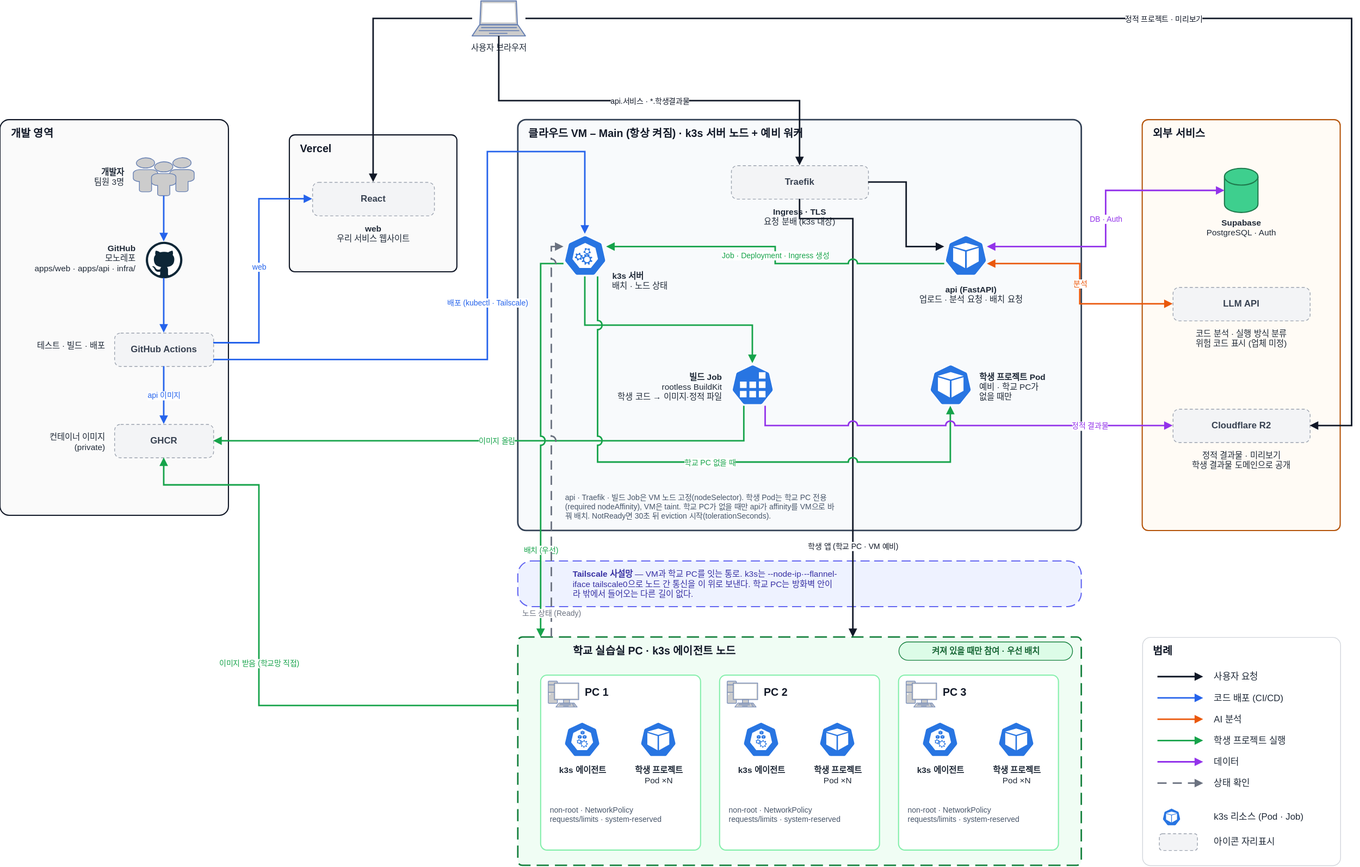
woowangthon/WOOWANGTHON_TEAM_18 keeps this draw.io diagram as docs/system-architecture.drawio.svg. Above is the earlier version. Source tidied: cells renumbered, new cells last; positions are measured from the earlier drawing's top-left corner, leaving out a move shared by most shapes.
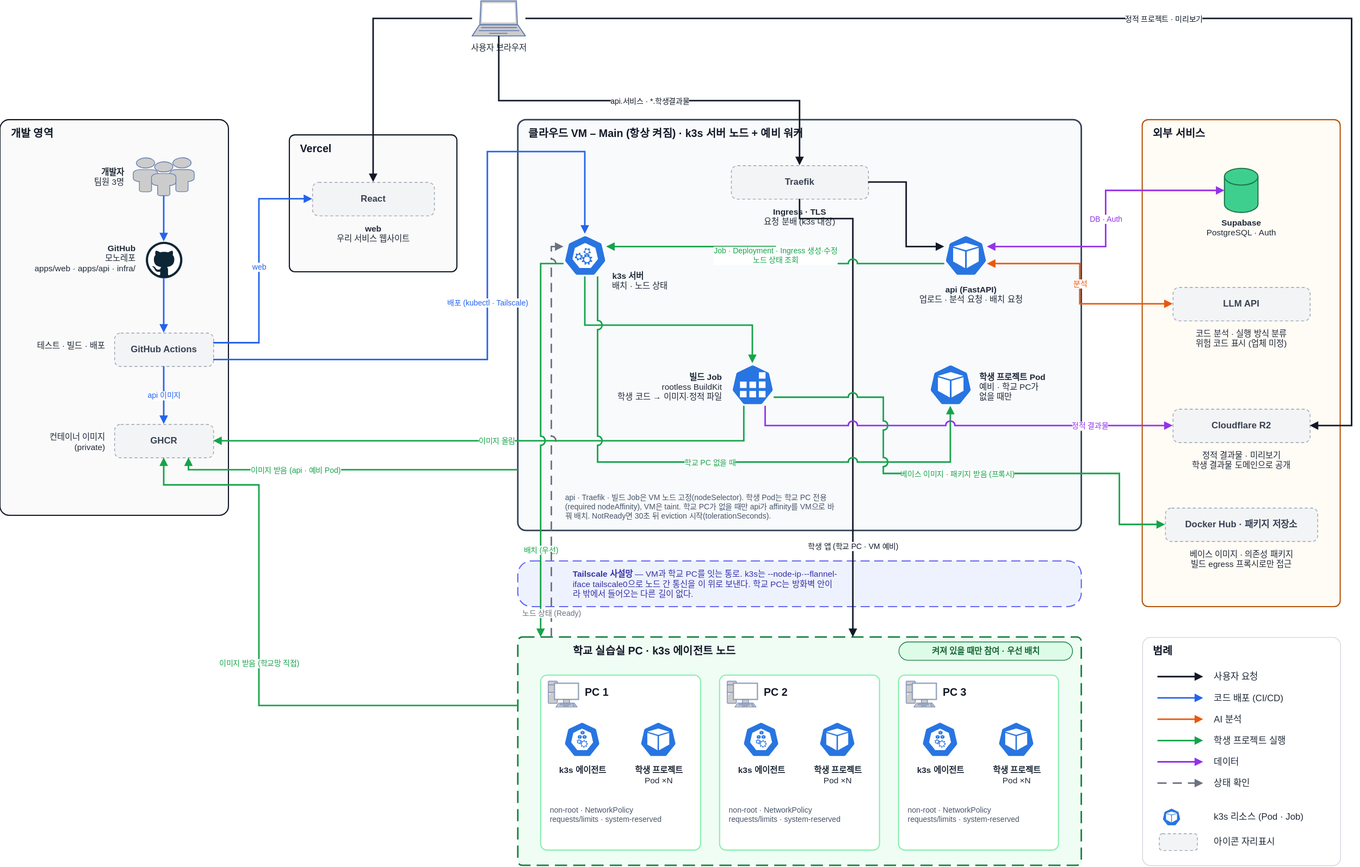
The same diagram one commit later.

Commit message:
docs: add VM image pull, package registry and api->k3s detail to the architecture diagram

- VM -> GHCR: api image and fallback student Pods pull from the VM, not the lab network
- build Job -> Docker Hub / package registries via the egress proxy
- api -> k3s label now covers create/update and node status reads

The edit, as a diff of the source:
```diff
@@ -90,7 +90,7 @@
       <mxGeometry x="740" y="640" width="360" height="56" as="geometry" />
     </mxCell>
     <mxCell id="31" style="rounded=1;arcSize=3;html=1;fillColor=#FFFBF5;strokeColor=#B45309;strokeWidth=1.5;" parent="1" vertex="1">
-      <mxGeometry x="1500" y="156" width="260" height="540" as="geometry" />
+      <mxGeometry x="1500" y="156" width="260" height="640" as="geometry" />
     </mxCell>
     <mxCell id="32" value="외부 서비스" style="text;html=1;align=left;verticalAlign=middle;fontSize=14;fontStyle=1;fontColor=#111827;fontFamily=Pretendard,Malgun Gothic,Apple SD Gothic Neo,sans-serif;" parent="1" vertex="1">
       <mxGeometry x="1512" y="162" width="236" height="24" as="geometry" />
@@ -325,7 +325,7 @@
     <mxCell id="96" value="분석" style="edgeStyle=orthogonalEdgeStyle;rounded=0;jettySize=auto;html=1;jumpStyle=arc;jumpSize=10;endArrow=block;endFill=1;strokeWidth=2;fontSize=10;labelBackgroundColor=#FFFFFF;fontFamily=Pretendard,Malgun Gothic,Apple SD Gothic Neo,sans-serif;strokeColor=#EA580C;fontColor=#EA580C;startArrow=block;startFill=1;exitX=1;exitY=0.7;exitDx=0;exitDy=0;entryX=0;entryY=0.5;entryDx=0;entryDy=0;" parent="1" edge="1" source="24" target="35">
       <mxGeometry relative="1" as="geometry" />
     </mxCell>
-    <mxCell id="97" value="Job · Deployment · Ingress 생성" style="edgeStyle=orthogonalEdgeStyle;rounded=0;jettySize=auto;html=1;jumpStyle=arc;jumpSize=10;endArrow=block;endFill=1;strokeWidth=2;fontSize=10;labelBackgroundColor=#FFFFFF;fontFamily=Pretendard,Malgun Gothic,Apple SD Gothic Neo,sans-serif;strokeColor=#16A34A;fontColor=#16A34A;exitX=0;exitY=0.7;exitDx=0;exitDy=0;entryX=1;entryY=0.3;entryDx=0;entryDy=0;" parent="1" edge="1" source="24" target="22">
+    <mxCell id="97" value="Job · Deployment · Ingress 생성·수정&lt;br&gt;노드 상태 조회" style="edgeStyle=orthogonalEdgeStyle;rounded=0;jettySize=auto;html=1;jumpStyle=arc;jumpSize=10;endArrow=block;endFill=1;strokeWidth=2;fontSize=10;labelBackgroundColor=#FFFFFF;fontFamily=Pretendard,Malgun Gothic,Apple SD Gothic Neo,sans-serif;strokeColor=#16A34A;fontColor=#16A34A;exitX=0;exitY=0.7;exitDx=0;exitDy=0;entryX=1;entryY=0.3;entryDx=0;entryDy=0;" parent="1" edge="1" source="24" target="22">
       <mxGeometry relative="1" as="geometry" />
     </mxCell>
     <mxCell id="98" style="edgeStyle=orthogonalEdgeStyle;rounded=0;jettySize=auto;html=1;jumpStyle=arc;jumpSize=10;endArrow=block;endFill=1;strokeWidth=2;fontSize=10;labelBackgroundColor=#FFFFFF;fontFamily=Pretendard,Malgun Gothic,Apple SD Gothic Neo,sans-serif;strokeColor=#16A34A;fontColor=#16A34A;exitX=0.5;exitY=1;exitDx=0;exitDy=0;entryX=0.5;entryY=0;entryDx=0;entryDy=0;" parent="1" edge="1" source="22" target="26">
@@ -384,5 +384,28 @@
         </Array>
       </mxGeometry>
     </mxCell>
+    <mxCell id="106" value="Docker Hub · 패키지 저장소" style="rounded=1;whiteSpace=wrap;html=1;arcSize=18;dashed=1;dashPattern=4 3;fillColor=#F3F4F6;strokeColor=#9CA3AF;fontColor=#374151;fontSize=12;fontStyle=1;fontFamily=Pretendard,Malgun Gothic,Apple SD Gothic Neo,sans-serif;" parent="1" vertex="1">
+      <mxGeometry x="1530" y="666" width="200" height="44" as="geometry" />
+    </mxCell>
+    <mxCell id="107" value="베이스 이미지 · 의존성 패키지&lt;br&gt;빌드 egress 프록시로만 접근" style="text;html=1;align=center;verticalAlign=top;whiteSpace=wrap;fontSize=11;fontColor=#1F2937;fontFamily=Pretendard,Malgun Gothic,Apple SD Gothic Neo,sans-serif;" parent="1" vertex="1">
+      <mxGeometry x="1520" y="714" width="220" height="40" as="geometry" />
+    </mxCell>
+    <mxCell id="108" value="이미지 받음 (api · 예비 Pod)" style="edgeStyle=orthogonalEdgeStyle;rounded=0;jettySize=auto;html=1;jumpStyle=arc;jumpSize=10;endArrow=block;endFill=1;strokeWidth=2;fontSize=10;labelBackgroundColor=#FFFFFF;fontFamily=Pretendard,Malgun Gothic,Apple SD Gothic Neo,sans-serif;strokeColor=#16A34A;fontColor=#16A34A;exitX=0;exitY=0.852;exitDx=0;exitDy=0;entryX=0.75;entryY=1;entryDx=0;entryDy=0;" parent="1" edge="1" source="18" target="12">
+      <mxGeometry x="0.3" relative="1" as="geometry">
+        <Array as="points">
+          <mxPoint x="248" y="616" />
+        </Array>
+      </mxGeometry>
+    </mxCell>
+    <mxCell id="109" value="베이스 이미지 · 패키지 받음 (프록시)" style="edgeStyle=orthogonalEdgeStyle;rounded=0;jettySize=auto;html=1;jumpStyle=arc;jumpSize=10;endArrow=block;endFill=1;strokeWidth=2;fontSize=10;labelBackgroundColor=#FFFFFF;fontFamily=Pretendard,Malgun Gothic,Apple SD Gothic Neo,sans-serif;strokeColor=#16A34A;fontColor=#16A34A;exitX=1;exitY=0.8;exitDx=0;exitDy=0;entryX=0;entryY=0.5;entryDx=0;entryDy=0;" parent="1" edge="1" source="26" target="106">
+      <mxGeometry relative="1" as="geometry">
+        <Array as="points">
+          <mxPoint x="1160" y="521" />
+          <mxPoint x="1160" y="621" />
+          <mxPoint x="1470" y="621" />
+          <mxPoint x="1470" y="688" />
+        </Array>
+      </mxGeometry>
+    </mxCell>
   </root>
 </mxGraphModel>
```
